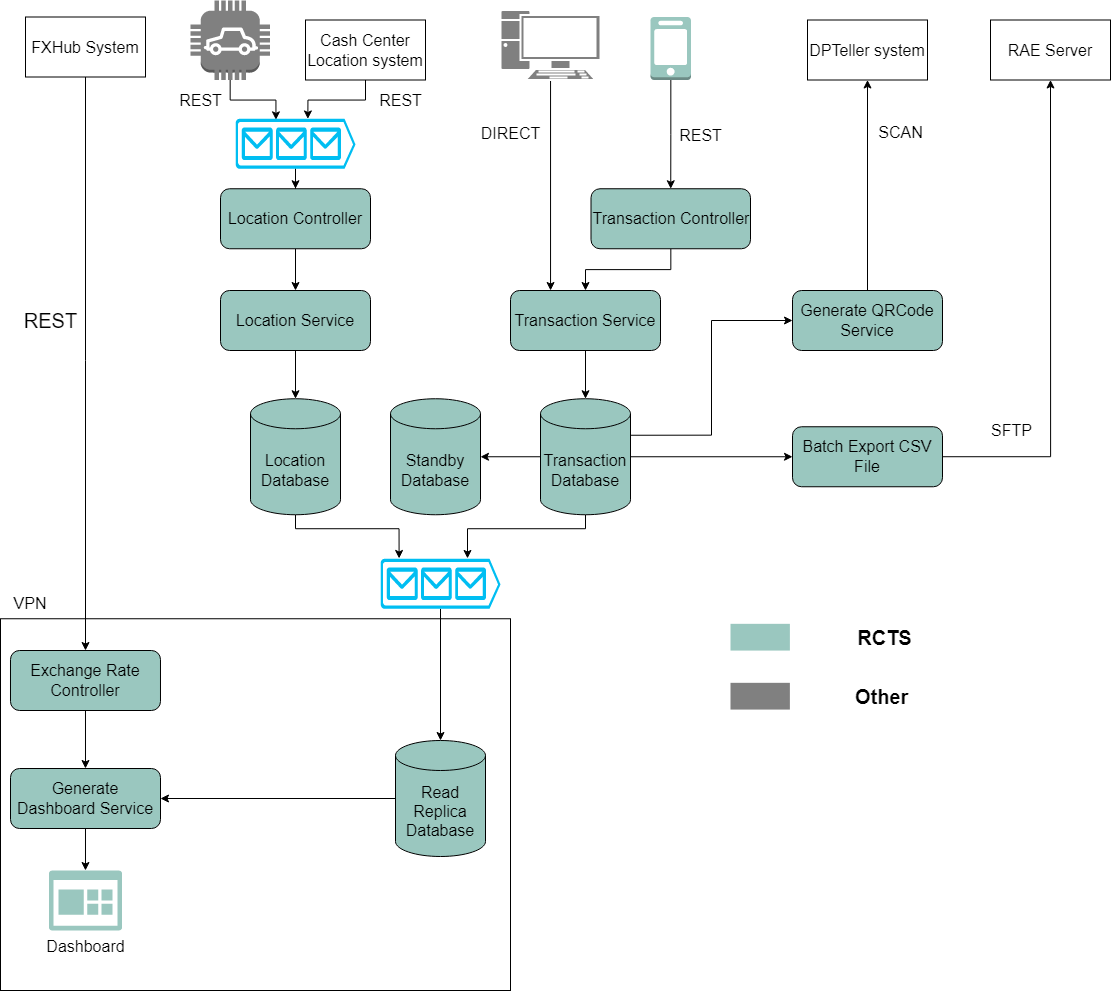
Earlier version of the draw.io export diagram/SystemArchitectureDiagram.png (dterng928/java-boot-camp-coding-assignment-II). Source tidied: cells renumbered, new cells last; positions are measured from the earlier drawing's top-left corner, leaving out a move shared by most shapes. Source of this version:
```xml
<mxGraphModel>
  <root>
    <mxCell id="0" />
    <mxCell id="1" parent="0" />
    <mxCell id="2" style="rounded=0;whiteSpace=wrap;html=1;shadow=0;sketch=0;fontSize=16;strokeColor=#000000;fillColor=none;gradientColor=none;" parent="1" vertex="1">
      <mxGeometry y="618.2" width="510" height="371.8" as="geometry" />
    </mxCell>
    <mxCell id="3" value="REST" style="edgeStyle=orthogonalEdgeStyle;rounded=0;jettySize=auto;html=1;entryX=0.337;entryY=0.022;entryDx=0;entryDy=0;entryPerimeter=0;labelBackgroundColor=none;fontSize=16;" parent="1" edge="1" source="4" target="38">
      <mxGeometry x="-0.53" y="-30" relative="1" as="geometry">
        <mxPoint x="-30" y="-30" as="offset" />
      </mxGeometry>
    </mxCell>
    <mxCell id="4" style="outlineConnect=0;dashed=0;verticalLabelPosition=bottom;verticalAlign=top;align=center;html=1;shape=mxgraph.aws3.car;fontSize=16;shadow=0;sketch=0;fillColor=#808080;gradientColor=none;strokeColor=#666666;" parent="1" vertex="1">
      <mxGeometry x="190" width="79.5" height="79.5" as="geometry" />
    </mxCell>
    <mxCell id="5" value="REST" style="edgeStyle=orthogonalEdgeStyle;rounded=0;jettySize=auto;html=1;entryX=0.5;entryY=0;entryDx=0;entryDy=0;labelBackgroundColor=none;fontSize=16;" parent="1" edge="1" source="6" target="36">
      <mxGeometry y="30" relative="1" as="geometry" />
    </mxCell>
    <mxCell id="6" style="outlineConnect=0;dashed=0;verticalLabelPosition=bottom;verticalAlign=top;align=center;html=1;shape=mxgraph.aws3.mobile_client;fillColor=#9AC7BF;gradientColor=none;shadow=0;sketch=0;fontSize=16;strokeColor=#000000;" parent="1" vertex="1">
      <mxGeometry x="650" y="16.5" width="40.5" height="63" as="geometry" />
    </mxCell>
    <mxCell id="7" value="DIRECT" style="edgeStyle=orthogonalEdgeStyle;rounded=0;jettySize=auto;html=1;entryX=0.267;entryY=0;entryDx=0;entryDy=0;labelBackgroundColor=none;fontSize=16;entryPerimeter=0;" parent="1" edge="1" source="8" target="15">
      <mxGeometry x="-0.49" y="-40" relative="1" as="geometry" />
    </mxCell>
    <mxCell id="8" style="fontColor=#0066CC;verticalAlign=top;verticalLabelPosition=bottom;labelPosition=center;align=center;html=1;outlineConnect=0;fillColor=#808080;strokeColor=#FFFFFF;gradientColor=none;gradientDirection=north;strokeWidth=2;shape=mxgraph.networks.pc;shadow=0;sketch=0;fontSize=16;" parent="1" vertex="1">
      <mxGeometry x="500" y="9.5" width="100" height="70" as="geometry" />
    </mxCell>
    <mxCell id="9" value="REST" style="edgeStyle=orthogonalEdgeStyle;rounded=0;jettySize=auto;html=1;entryX=0.603;entryY=0.004;entryDx=0;entryDy=0;entryPerimeter=0;labelBackgroundColor=none;fontSize=16;" parent="1" edge="1" source="10" target="38">
      <mxGeometry x="-0.59" y="35" relative="1" as="geometry">
        <mxPoint x="35" y="-35" as="offset" />
      </mxGeometry>
    </mxCell>
    <mxCell id="10" value="Cash Center&lt;br&gt;Location system" style="rounded=0;whiteSpace=wrap;html=1;shadow=0;sketch=0;fontSize=16;strokeColor=#000000;fillColor=default;gradientColor=none;" parent="1" vertex="1">
      <mxGeometry x="305" y="19.5" width="120" height="60" as="geometry" />
    </mxCell>
    <mxCell id="11" value="DPTeller system" style="rounded=0;whiteSpace=wrap;html=1;shadow=0;sketch=0;fontSize=16;strokeColor=#000000;fillColor=default;gradientColor=none;" parent="1" vertex="1">
      <mxGeometry x="807" y="19.5" width="120" height="60" as="geometry" />
    </mxCell>
    <mxCell id="12" style="edgeStyle=orthogonalEdgeStyle;rounded=0;jettySize=auto;html=1;entryX=0.5;entryY=0;entryDx=0;entryDy=0;entryPerimeter=0;labelBackgroundColor=none;fontSize=16;" parent="1" edge="1" source="13" target="25">
      <mxGeometry relative="1" as="geometry" />
    </mxCell>
    <mxCell id="13" value="Location Service" style="rounded=1;whiteSpace=wrap;html=1;shadow=0;sketch=0;fontSize=16;strokeColor=#000000;fillColor=#9AC7BF;gradientColor=none;labelBackgroundColor=none;" parent="1" vertex="1">
      <mxGeometry x="220" y="290" width="150" height="60" as="geometry" />
    </mxCell>
    <mxCell id="14" style="edgeStyle=orthogonalEdgeStyle;rounded=0;jettySize=auto;html=1;entryX=0.5;entryY=0;entryDx=0;entryDy=0;entryPerimeter=0;labelBackgroundColor=none;fontSize=16;" parent="1" edge="1" source="15" target="22">
      <mxGeometry relative="1" as="geometry" />
    </mxCell>
    <mxCell id="15" value="Transaction&amp;nbsp;Service" style="rounded=1;whiteSpace=wrap;html=1;shadow=0;sketch=0;fontSize=16;strokeColor=#000000;fillColor=#9AC7BF;gradientColor=none;labelBackgroundColor=none;" parent="1" vertex="1">
      <mxGeometry x="510" y="290" width="150" height="60" as="geometry" />
    </mxCell>
    <mxCell id="16" value="SCAN" style="edgeStyle=orthogonalEdgeStyle;rounded=0;jettySize=auto;html=1;entryX=0.5;entryY=1;entryDx=0;entryDy=0;labelBackgroundColor=none;fontSize=16;" parent="1" edge="1" source="18" target="11">
      <mxGeometry x="0.49" y="-33" relative="1" as="geometry" />
    </mxCell>
    <mxCell id="17" style="edgeStyle=orthogonalEdgeStyle;rounded=0;jettySize=auto;html=1;labelBackgroundColor=none;fontSize=20;entryX=1;entryY=0;entryDx=0;entryDy=36.5;entryPerimeter=0;strokeColor=default;startArrow=classic;startFill=1;endArrow=none;endFill=0;" parent="1" edge="1" source="18" target="22">
      <mxGeometry relative="1" as="geometry" />
    </mxCell>
    <mxCell id="18" value="Generate QRCode&lt;br&gt;Service" style="rounded=1;whiteSpace=wrap;html=1;shadow=0;sketch=0;fontSize=16;strokeColor=#000000;fillColor=#9AC7BF;gradientColor=none;labelBackgroundColor=none;" parent="1" vertex="1">
      <mxGeometry x="792" y="290" width="150" height="60" as="geometry" />
    </mxCell>
    <mxCell id="19" style="edgeStyle=orthogonalEdgeStyle;rounded=0;jettySize=auto;html=1;labelBackgroundColor=none;fontSize=16;" parent="1" edge="1" source="22" target="23">
      <mxGeometry relative="1" as="geometry" />
    </mxCell>
    <mxCell id="20" style="edgeStyle=orthogonalEdgeStyle;rounded=0;jettySize=auto;html=1;entryX=0;entryY=0.5;entryDx=0;entryDy=0;labelBackgroundColor=none;fontSize=16;" parent="1" edge="1" source="22" target="29">
      <mxGeometry relative="1" as="geometry" />
    </mxCell>
    <mxCell id="21" style="edgeStyle=orthogonalEdgeStyle;rounded=0;jettySize=auto;html=1;entryX=0.725;entryY=-0.006;entryDx=0;entryDy=0;entryPerimeter=0;labelBackgroundColor=none;fontSize=16;" parent="1" edge="1" source="22" target="40">
      <mxGeometry relative="1" as="geometry">
        <Array as="points">
          <mxPoint x="585" y="528.2" />
          <mxPoint x="467" y="528.2" />
        </Array>
      </mxGeometry>
    </mxCell>
    <mxCell id="22" value="Transaction Database" style="shape=cylinder3;whiteSpace=wrap;html=1;boundedLbl=1;backgroundOutline=1;size=15;shadow=0;sketch=0;fontSize=16;strokeColor=#000000;fillColor=#9AC7BF;gradientColor=none;labelBackgroundColor=none;" parent="1" vertex="1">
      <mxGeometry x="540" y="398.2" width="90" height="116" as="geometry" />
    </mxCell>
    <mxCell id="23" value="Standby&lt;br&gt;Database" style="shape=cylinder3;whiteSpace=wrap;html=1;boundedLbl=1;backgroundOutline=1;size=15;shadow=0;sketch=0;fontSize=16;strokeColor=#000000;fillColor=#9AC7BF;gradientColor=none;labelBackgroundColor=none;" parent="1" vertex="1">
      <mxGeometry x="390" y="398.2" width="90" height="116" as="geometry" />
    </mxCell>
    <mxCell id="24" style="edgeStyle=orthogonalEdgeStyle;rounded=0;jettySize=auto;html=1;entryX=0.155;entryY=-0.006;entryDx=0;entryDy=0;entryPerimeter=0;labelBackgroundColor=none;fontSize=16;" parent="1" edge="1" source="25" target="40">
      <mxGeometry relative="1" as="geometry">
        <Array as="points">
          <mxPoint x="295" y="528.2" />
          <mxPoint x="399" y="528.2" />
        </Array>
      </mxGeometry>
    </mxCell>
    <mxCell id="25" value="Location Database" style="shape=cylinder3;whiteSpace=wrap;html=1;boundedLbl=1;backgroundOutline=1;size=15;shadow=0;sketch=0;fontSize=16;strokeColor=#000000;fillColor=#9AC7BF;gradientColor=none;labelBackgroundColor=none;" parent="1" vertex="1">
      <mxGeometry x="250" y="398.2" width="90" height="116" as="geometry" />
    </mxCell>
    <mxCell id="26" style="edgeStyle=orthogonalEdgeStyle;rounded=0;jettySize=auto;html=1;entryX=1;entryY=0.5;entryDx=0;entryDy=0;labelBackgroundColor=none;fontSize=16;" parent="1" edge="1" source="27" target="32">
      <mxGeometry relative="1" as="geometry" />
    </mxCell>
    <mxCell id="27" value="Read Replica Database" style="shape=cylinder3;whiteSpace=wrap;html=1;boundedLbl=1;backgroundOutline=1;size=15;shadow=0;sketch=0;fontSize=16;strokeColor=#000000;fillColor=#9AC7BF;gradientColor=none;" parent="1" vertex="1">
      <mxGeometry x="395" y="740" width="90" height="116" as="geometry" />
    </mxCell>
    <mxCell id="28" value="&lt;font style=&quot;font-size: 16px&quot;&gt;SFTP&lt;/font&gt;" style="edgeStyle=orthogonalEdgeStyle;rounded=0;jettySize=auto;html=1;entryX=0.5;entryY=1;entryDx=0;entryDy=0;labelBackgroundColor=none;fontSize=16;" parent="1" edge="1" source="29" target="30">
      <mxGeometry x="-0.72" y="26" relative="1" as="geometry" />
    </mxCell>
    <mxCell id="29" value="Batch Export CSV File" style="rounded=1;whiteSpace=wrap;html=1;shadow=0;sketch=0;fontSize=16;strokeColor=#000000;fillColor=#9AC7BF;gradientColor=none;labelBackgroundColor=none;" parent="1" vertex="1">
      <mxGeometry x="792" y="426.2" width="150" height="60" as="geometry" />
    </mxCell>
    <mxCell id="30" value="RAE Server" style="rounded=0;whiteSpace=wrap;html=1;shadow=0;sketch=0;fontSize=16;strokeColor=#000000;fillColor=default;gradientColor=none;" parent="1" vertex="1">
      <mxGeometry x="990" y="19.5" width="120" height="60" as="geometry" />
    </mxCell>
    <mxCell id="31" style="edgeStyle=orthogonalEdgeStyle;rounded=0;jettySize=auto;html=1;entryX=0.5;entryY=0;entryDx=0;entryDy=0;entryPerimeter=0;labelBackgroundColor=none;fontSize=16;" parent="1" edge="1" source="32" target="41">
      <mxGeometry relative="1" as="geometry" />
    </mxCell>
    <mxCell id="32" value="Generate Dashboard Service" style="rounded=1;whiteSpace=wrap;html=1;shadow=0;sketch=0;fontSize=16;strokeColor=#000000;fillColor=#9AC7BF;gradientColor=none;" parent="1" vertex="1">
      <mxGeometry x="10" y="768" width="150" height="60" as="geometry" />
    </mxCell>
    <mxCell id="33" value="REST" style="edgeStyle=orthogonalEdgeStyle;rounded=0;jettySize=auto;html=1;labelBackgroundColor=none;fontSize=20;" parent="1" edge="1" source="34" target="51">
      <mxGeometry x="-0.15" y="-35" relative="1" as="geometry">
        <mxPoint y="-1" as="offset" />
      </mxGeometry>
    </mxCell>
    <mxCell id="34" value="FXHub System" style="rounded=0;whiteSpace=wrap;html=1;shadow=0;sketch=0;fontSize=16;strokeColor=#000000;fillColor=default;gradientColor=none;" parent="1" vertex="1">
      <mxGeometry x="25" y="16.5" width="120" height="60" as="geometry" />
    </mxCell>
    <mxCell id="35" style="edgeStyle=orthogonalEdgeStyle;rounded=0;jettySize=auto;html=1;labelBackgroundColor=none;fontSize=16;" parent="1" edge="1" source="36" target="15">
      <mxGeometry relative="1" as="geometry" />
    </mxCell>
    <mxCell id="36" value="Transaction&amp;nbsp;Controller" style="rounded=1;whiteSpace=wrap;html=1;shadow=0;sketch=0;fontSize=16;strokeColor=#000000;fillColor=#9AC7BF;gradientColor=none;labelBackgroundColor=none;" parent="1" vertex="1">
      <mxGeometry x="590.5" y="188.2" width="159.5" height="60" as="geometry" />
    </mxCell>
    <mxCell id="37" style="edgeStyle=orthogonalEdgeStyle;rounded=0;jettySize=auto;html=1;entryX=0.5;entryY=0;entryDx=0;entryDy=0;labelBackgroundColor=none;fontSize=16;" parent="1" edge="1" source="38" target="44">
      <mxGeometry relative="1" as="geometry" />
    </mxCell>
    <mxCell id="38" style="verticalLabelPosition=bottom;html=1;verticalAlign=top;align=center;strokeColor=none;fillColor=#00BEF2;shape=mxgraph.azure.queue_generic;shadow=0;sketch=0;fontSize=16;" parent="1" vertex="1">
      <mxGeometry x="235" y="118.2" width="120" height="50" as="geometry" />
    </mxCell>
    <mxCell id="39" style="edgeStyle=orthogonalEdgeStyle;rounded=0;jettySize=auto;html=1;labelBackgroundColor=none;fontSize=16;" parent="1" edge="1" source="40" target="27">
      <mxGeometry relative="1" as="geometry" />
    </mxCell>
    <mxCell id="40" style="verticalLabelPosition=bottom;html=1;verticalAlign=top;align=center;strokeColor=none;fillColor=#00BEF2;shape=mxgraph.azure.queue_generic;shadow=0;sketch=0;fontSize=16;" parent="1" vertex="1">
      <mxGeometry x="380" y="558.2" width="120" height="50" as="geometry" />
    </mxCell>
    <mxCell id="41" value="Dashboard" style="sketch=0;shadow=0;dashed=0;html=1;strokeColor=none;labelPosition=center;verticalLabelPosition=bottom;verticalAlign=top;align=center;fillColor=#9AC7BF;shape=mxgraph.mscae.oms.dashboard;fontSize=16;" parent="1" vertex="1">
      <mxGeometry x="48.4" y="870" width="73.2" height="60" as="geometry" />
    </mxCell>
    <mxCell id="42" value="VPN" style="text;html=1;strokeColor=none;fillColor=none;align=center;verticalAlign=middle;whiteSpace=wrap;rounded=0;shadow=0;sketch=0;fontSize=16;" parent="1" vertex="1">
      <mxGeometry y="588.2" width="60" height="30" as="geometry" />
    </mxCell>
    <mxCell id="43" style="edgeStyle=orthogonalEdgeStyle;rounded=0;jettySize=auto;html=1;entryX=0.5;entryY=0;entryDx=0;entryDy=0;labelBackgroundColor=none;fontSize=16;" parent="1" edge="1" source="44" target="13">
      <mxGeometry relative="1" as="geometry" />
    </mxCell>
    <mxCell id="44" value="Location Controller" style="rounded=1;whiteSpace=wrap;html=1;shadow=0;sketch=0;fontSize=16;strokeColor=#000000;fillColor=#9AC7BF;gradientColor=none;labelBackgroundColor=none;" parent="1" vertex="1">
      <mxGeometry x="220" y="188.2" width="150" height="60" as="geometry" />
    </mxCell>
    <mxCell id="45" style="group;" parent="1" vertex="1">
      <mxGeometry x="730" y="618.2" width="190" height="95.9" as="geometry" />
    </mxCell>
    <mxCell id="46" style="rounded=0;whiteSpace=wrap;html=1;shadow=0;labelBackgroundColor=none;sketch=0;fontSize=16;strokeColor=none;fillColor=#9AC7BF;gradientColor=none;" parent="45" vertex="1">
      <mxGeometry y="5.1" width="59.4" height="26.7" as="geometry" />
    </mxCell>
    <mxCell id="47" value="&lt;b&gt;&lt;font style=&quot;font-size: 20px&quot;&gt;RCTS&lt;/font&gt;&lt;/b&gt;" style="text;html=1;strokeColor=none;fillColor=none;align=center;verticalAlign=middle;whiteSpace=wrap;rounded=0;shadow=0;labelBackgroundColor=none;sketch=0;fontSize=16;" parent="45" vertex="1">
      <mxGeometry x="118.8" width="71.2" height="36.9" as="geometry" />
    </mxCell>
    <mxCell id="48" style="rounded=0;whiteSpace=wrap;html=1;shadow=0;labelBackgroundColor=none;sketch=0;fontSize=16;strokeColor=none;fillColor=#808080;gradientColor=none;" parent="45" vertex="1">
      <mxGeometry y="64.1" width="59.4" height="26.7" as="geometry" />
    </mxCell>
    <mxCell id="49" value="&lt;font style=&quot;font-size: 20px&quot;&gt;&lt;b&gt;Other&amp;nbsp;&lt;/b&gt;&lt;/font&gt;" style="text;html=1;strokeColor=none;fillColor=none;align=center;verticalAlign=middle;whiteSpace=wrap;rounded=0;shadow=0;labelBackgroundColor=none;sketch=0;fontSize=16;" parent="45" vertex="1">
      <mxGeometry x="118.8" y="59" width="71.2" height="36.9" as="geometry" />
    </mxCell>
    <mxCell id="50" style="edgeStyle=orthogonalEdgeStyle;rounded=0;jettySize=auto;html=1;labelBackgroundColor=none;fontSize=20;" parent="1" edge="1" source="51" target="32">
      <mxGeometry relative="1" as="geometry" />
    </mxCell>
    <mxCell id="51" value="Exchange Rate Controller" style="rounded=1;whiteSpace=wrap;html=1;shadow=0;sketch=0;fontSize=16;strokeColor=#000000;fillColor=#9AC7BF;gradientColor=none;" parent="1" vertex="1">
      <mxGeometry x="10" y="650" width="150" height="60" as="geometry" />
    </mxCell>
  </root>
</mxGraphModel>
```
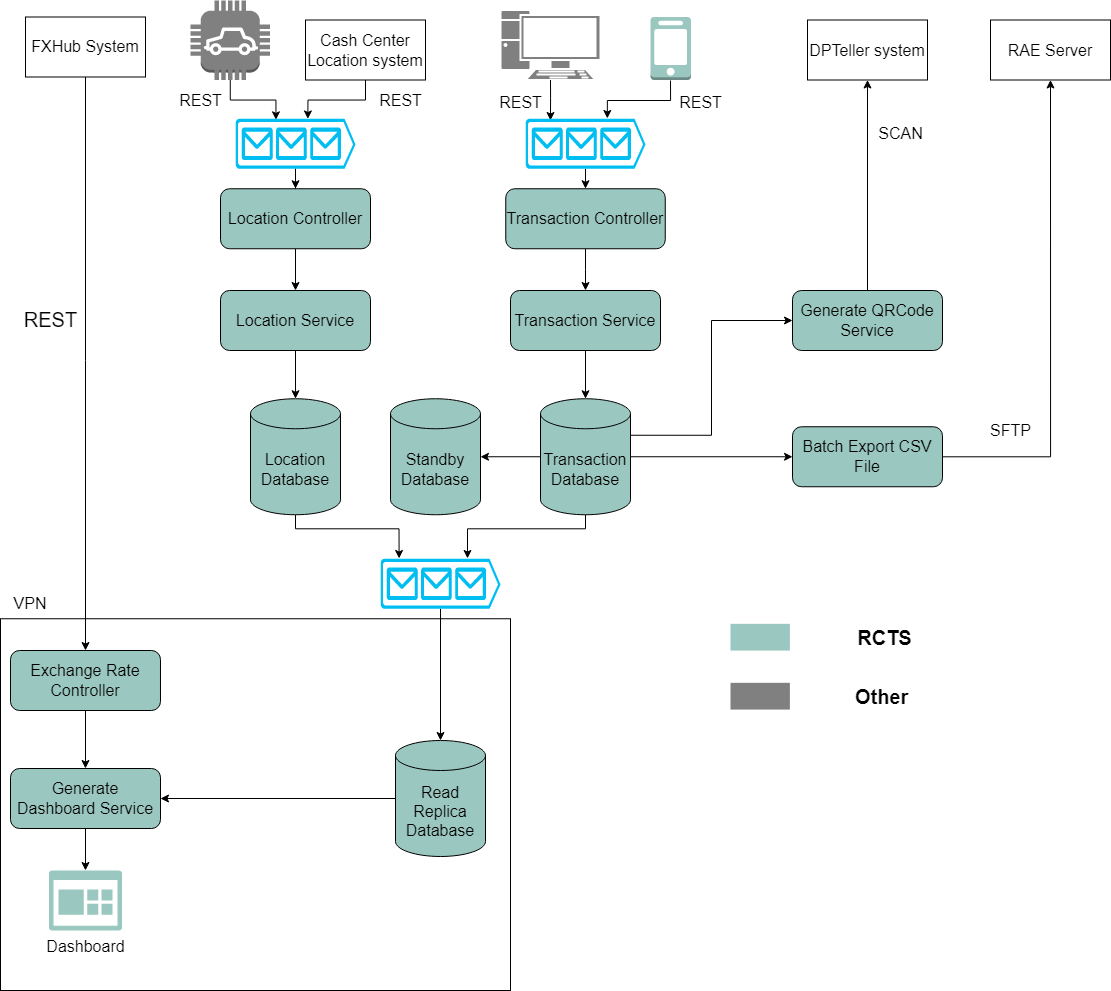
The same file after the commit.

Diff of the diagram source:
```diff
@@ -13,15 +13,9 @@
     <mxCell id="4" style="outlineConnect=0;dashed=0;verticalLabelPosition=bottom;verticalAlign=top;align=center;html=1;shape=mxgraph.aws3.car;fontSize=16;shadow=0;sketch=0;fillColor=#808080;gradientColor=none;strokeColor=#666666;" parent="1" vertex="1">
       <mxGeometry x="190" width="79.5" height="79.5" as="geometry" />
     </mxCell>
-    <mxCell id="5" value="REST" style="edgeStyle=orthogonalEdgeStyle;rounded=0;jettySize=auto;html=1;entryX=0.5;entryY=0;entryDx=0;entryDy=0;labelBackgroundColor=none;fontSize=16;" parent="1" edge="1" source="6" target="36">
-      <mxGeometry y="30" relative="1" as="geometry" />
-    </mxCell>
     <mxCell id="6" style="outlineConnect=0;dashed=0;verticalLabelPosition=bottom;verticalAlign=top;align=center;html=1;shape=mxgraph.aws3.mobile_client;fillColor=#9AC7BF;gradientColor=none;shadow=0;sketch=0;fontSize=16;strokeColor=#000000;" parent="1" vertex="1">
       <mxGeometry x="650" y="16.5" width="40.5" height="63" as="geometry" />
     </mxCell>
-    <mxCell id="7" value="DIRECT" style="edgeStyle=orthogonalEdgeStyle;rounded=0;jettySize=auto;html=1;entryX=0.267;entryY=0;entryDx=0;entryDy=0;labelBackgroundColor=none;fontSize=16;entryPerimeter=0;" parent="1" edge="1" source="8" target="15">
-      <mxGeometry x="-0.49" y="-40" relative="1" as="geometry" />
-    </mxCell>
     <mxCell id="8" style="fontColor=#0066CC;verticalAlign=top;verticalLabelPosition=bottom;labelPosition=center;align=center;html=1;outlineConnect=0;fillColor=#808080;strokeColor=#FFFFFF;gradientColor=none;gradientDirection=north;strokeWidth=2;shape=mxgraph.networks.pc;shadow=0;sketch=0;fontSize=16;" parent="1" vertex="1">
       <mxGeometry x="500" y="9.5" width="100" height="70" as="geometry" />
     </mxCell>
@@ -120,8 +114,11 @@
     <mxCell id="35" style="edgeStyle=orthogonalEdgeStyle;rounded=0;jettySize=auto;html=1;labelBackgroundColor=none;fontSize=16;" parent="1" edge="1" source="36" target="15">
       <mxGeometry relative="1" as="geometry" />
     </mxCell>
+    <mxCell id="52" style="edgeStyle=orthogonalEdgeStyle;rounded=0;jettySize=auto;html=1;entryX=0.5;entryY=1;entryDx=0;entryDy=0;entryPerimeter=0;labelBackgroundColor=none;fontSize=20;startArrow=classic;startFill=1;endArrow=none;endFill=0;strokeColor=default;" parent="1" edge="1" source="36" target="55">
+      <mxGeometry relative="1" as="geometry" />
+    </mxCell>
     <mxCell id="36" value="Transaction&amp;nbsp;Controller" style="rounded=1;whiteSpace=wrap;html=1;shadow=0;sketch=0;fontSize=16;strokeColor=#000000;fillColor=#9AC7BF;gradientColor=none;labelBackgroundColor=none;" parent="1" vertex="1">
-      <mxGeometry x="590.5" y="188.2" width="159.5" height="60" as="geometry" />
+      <mxGeometry x="505.2" y="188.2" width="159.5" height="60" as="geometry" />
     </mxCell>
     <mxCell id="37" style="edgeStyle=orthogonalEdgeStyle;rounded=0;jettySize=auto;html=1;entryX=0.5;entryY=0;entryDx=0;entryDy=0;labelBackgroundColor=none;fontSize=16;" parent="1" edge="1" source="38" target="44">
       <mxGeometry relative="1" as="geometry" />
@@ -168,5 +165,20 @@
     <mxCell id="51" value="Exchange Rate Controller" style="rounded=1;whiteSpace=wrap;html=1;shadow=0;sketch=0;fontSize=16;strokeColor=#000000;fillColor=#9AC7BF;gradientColor=none;" parent="1" vertex="1">
       <mxGeometry x="10" y="650" width="150" height="60" as="geometry" />
     </mxCell>
+    <mxCell id="53" value="&lt;font style=&quot;font-size: 16px&quot;&gt;REST&lt;/font&gt;" style="edgeStyle=orthogonalEdgeStyle;rounded=0;jettySize=auto;html=1;entryX=0.5;entryY=1;entryDx=0;entryDy=0;entryPerimeter=0;labelBackgroundColor=none;fontSize=20;startArrow=classic;startFill=1;endArrow=none;endFill=0;strokeColor=default;exitX=0.208;exitY=0.035;exitDx=0;exitDy=0;exitPerimeter=0;" parent="1" edge="1" source="55" target="8">
+      <mxGeometry x="-0.07" y="30" relative="1" as="geometry" />
+    </mxCell>
+    <mxCell id="54" value="&lt;font style=&quot;font-size: 16px&quot;&gt;REST&lt;/font&gt;" style="edgeStyle=orthogonalEdgeStyle;rounded=0;jettySize=auto;html=1;labelBackgroundColor=none;fontSize=20;startArrow=classic;startFill=1;endArrow=none;endFill=0;strokeColor=default;exitX=0.682;exitY=-0.006;exitDx=0;exitDy=0;exitPerimeter=0;" parent="1" edge="1" source="55">
+      <mxGeometry x="0.6" y="-30" relative="1" as="geometry">
+        <mxPoint x="670" y="80" as="targetPoint" />
+        <Array as="points">
+          <mxPoint x="607" y="100" />
+          <mxPoint x="670" y="100" />
+        </Array>
+      </mxGeometry>
+    </mxCell>
+    <mxCell id="55" style="verticalLabelPosition=bottom;html=1;verticalAlign=top;align=center;strokeColor=none;fillColor=#00BEF2;shape=mxgraph.azure.queue_generic;shadow=0;sketch=0;fontSize=16;" parent="1" vertex="1">
+      <mxGeometry x="525" y="118.2" width="120" height="50" as="geometry" />
+    </mxCell>
   </root>
 </mxGraphModel>
```
